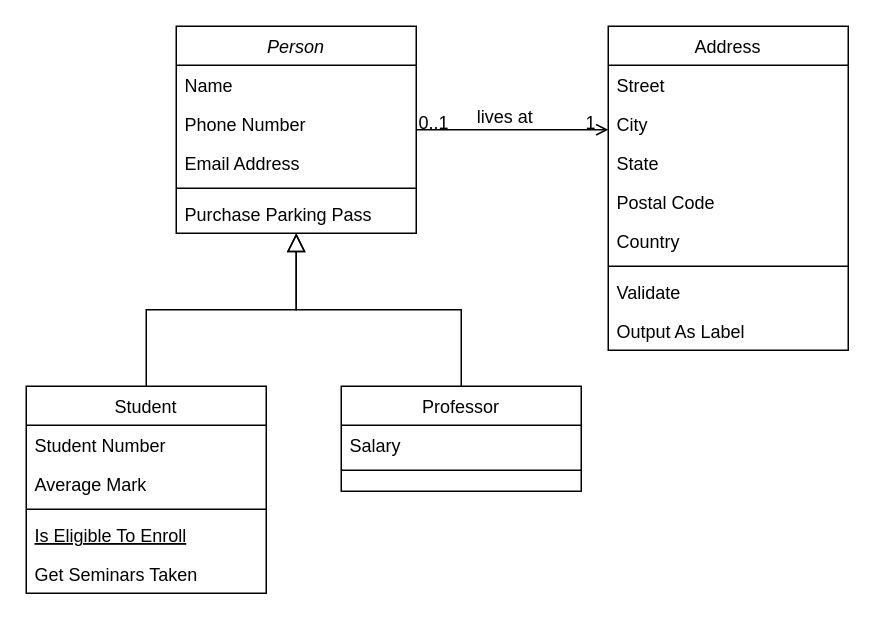
Above: Untitled Diagram.drawio in LilMark0o/en-de-crypt (draw.io), before the change. Source tidied: cells renumbered, new cells numbered last; positions are measured from the earlier drawing's top-left corner, leaving out a move shared by most shapes. Both pictures are drawn from the tidied source at 150%, with x=0, y=0 at pixel (26, 26).
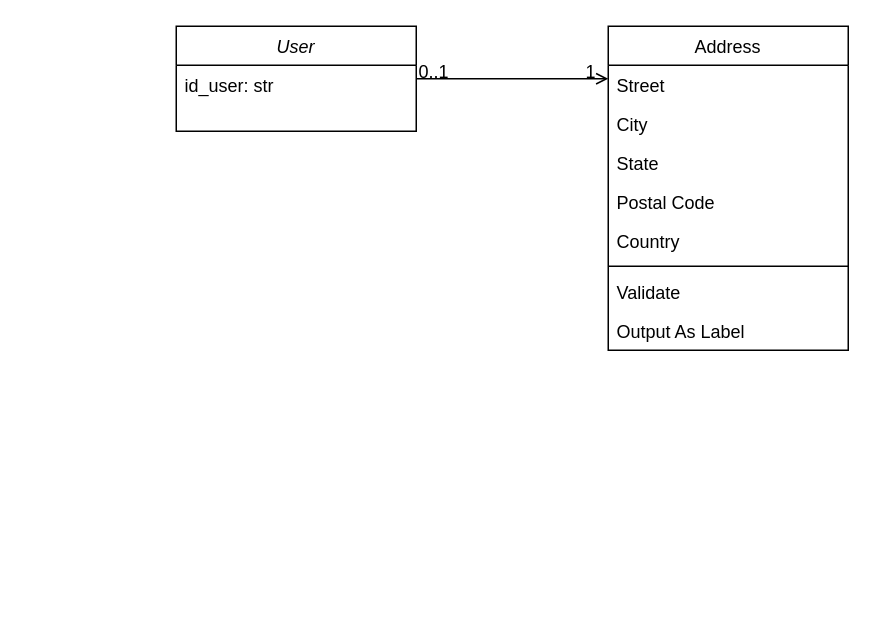
Above is the later version.

The change refers to these unchanged cells:
```xml
<mxCell id="28" style="endArrow=open;shadow=0;strokeWidth=1;rounded=0;curved=0;endFill=1;edgeStyle=elbowEdgeStyle;elbow=vertical;" parent="1" edge="1" source="2" target="19">
  <mxGeometry x="0.5" y="41" relative="1" as="geometry">
    <mxPoint x="-40" y="32" as="offset" />
  </mxGeometry>
</mxCell>
```

What changed in the source:
```diff
@@
-    <mxCell id="2" value="Person" style="swimlane;fontStyle=2;align=center;verticalAlign=top;horizontal=1;startSize=26;rounded=0;shadow=0;strokeWidth=1;" parent="1" vertex="1">
-      <mxGeometry x="100" width="160" height="138" as="geometry" />
+    <mxCell id="2" value="User" style="swimlane;fontStyle=2;align=center;verticalAlign=top;horizontal=1;startSize=26;rounded=0;shadow=0;strokeWidth=1;" parent="1" vertex="1">
+      <mxGeometry x="100" width="160" height="70" as="geometry" />
     </mxCell>
-    <mxCell id="3" value="Name" style="text;align=left;verticalAlign=top;spacingLeft=4;spacingRight=4;overflow=hidden;" parent="2" vertex="1">
+    <mxCell id="3" value="id_user: str" style="text;align=left;verticalAlign=top;spacingLeft=4;spacingRight=4;overflow=hidden;" parent="2" vertex="1">
       <mxGeometry y="26" width="160" height="26" as="geometry" />
     </mxCell>
-    <mxCell id="4" value="Phone Number" style="text;align=left;verticalAlign=top;spacingLeft=4;spacingRight=4;overflow=hidden;rounded=0;shadow=0;html=0;" parent="2" vertex="1">
-      <mxGeometry y="52" width="160" height="26" as="geometry" />
-    </mxCell>
-    <mxCell id="5" value="Email Address" style="text;align=left;verticalAlign=top;spacingLeft=4;spacingRight=4;overflow=hidden;rounded=0;shadow=0;html=0;" parent="2" vertex="1">
-      <mxGeometry y="78" width="160" height="26" as="geometry" />
-    </mxCell>
-    <mxCell id="6" style="line;html=1;strokeWidth=1;align=left;verticalAlign=middle;spacingTop=-1;spacingLeft=3;spacingRight=3;labelPosition=right;" parent="2" vertex="1">
-      <mxGeometry y="104" width="160" height="8" as="geometry" />
-    </mxCell>
-    <mxCell id="7" value="Purchase Parking Pass" style="text;align=left;verticalAlign=top;spacingLeft=4;spacingRight=4;overflow=hidden;" parent="2" vertex="1">
-      <mxGeometry y="112" width="160" height="26" as="geometry" />
-    </mxCell>
-    <mxCell id="8" value="Student" style="swimlane;fontStyle=0;align=center;verticalAlign=top;horizontal=1;startSize=26;rounded=0;shadow=0;strokeWidth=1;" parent="1" vertex="1">
-      <mxGeometry y="240" width="160" height="138" as="geometry" />
-    </mxCell>
-    <mxCell id="9" value="Student Number" style="text;align=left;verticalAlign=top;spacingLeft=4;spacingRight=4;overflow=hidden;" parent="8" vertex="1">
-      <mxGeometry y="26" width="160" height="26" as="geometry" />
-    </mxCell>
-    <mxCell id="10" value="Average Mark" style="text;align=left;verticalAlign=top;spacingLeft=4;spacingRight=4;overflow=hidden;rounded=0;shadow=0;html=0;" parent="8" vertex="1">
-      <mxGeometry y="52" width="160" height="26" as="geometry" />
-    </mxCell>
-    <mxCell id="11" style="line;html=1;strokeWidth=1;align=left;verticalAlign=middle;spacingTop=-1;spacingLeft=3;spacingRight=3;labelPosition=right;" parent="8" vertex="1">
-      <mxGeometry y="78" width="160" height="8" as="geometry" />
-    </mxCell>
-    <mxCell id="12" value="Is Eligible To Enroll" style="text;align=left;verticalAlign=top;spacingLeft=4;spacingRight=4;overflow=hidden;fontStyle=4;" parent="8" vertex="1">
-      <mxGeometry y="86" width="160" height="26" as="geometry" />
-    </mxCell>
-    <mxCell id="13" value="Get Seminars Taken" style="text;align=left;verticalAlign=top;spacingLeft=4;spacingRight=4;overflow=hidden;" parent="8" vertex="1">
-      <mxGeometry y="112" width="160" height="26" as="geometry" />
-    </mxCell>
-    <mxCell id="14" style="endArrow=block;endSize=10;endFill=0;shadow=0;strokeWidth=1;rounded=0;curved=0;edgeStyle=elbowEdgeStyle;elbow=vertical;" parent="1" edge="1" source="8" target="2">
-      <mxGeometry relative="1" as="geometry" />
-    </mxCell>
-    <mxCell id="15" value="Professor" style="swimlane;fontStyle=0;align=center;verticalAlign=top;horizontal=1;startSize=26;rounded=0;shadow=0;strokeWidth=1;" parent="1" vertex="1">
-      <mxGeometry x="210" y="240" width="160" height="70" as="geometry" />
-    </mxCell>
-    <mxCell id="16" value="Salary" style="text;align=left;verticalAlign=top;spacingLeft=4;spacingRight=4;overflow=hidden;" parent="15" vertex="1">
-      <mxGeometry y="26" width="160" height="26" as="geometry" />
-    </mxCell>
-    <mxCell id="17" style="line;html=1;strokeWidth=1;align=left;verticalAlign=middle;spacingTop=-1;spacingLeft=3;spacingRight=3;labelPosition=right;" parent="15" vertex="1">
-      <mxGeometry y="52" width="160" height="8" as="geometry" />
-    </mxCell>
-    <mxCell id="18" style="endArrow=block;endSize=10;endFill=0;shadow=0;strokeWidth=1;rounded=0;curved=0;edgeStyle=elbowEdgeStyle;elbow=vertical;" parent="1" edge="1" source="15" target="2">
-      <mxGeometry relative="1" as="geometry" />
-    </mxCell>
@@
-    <mxCell id="31" value="lives at" style="text;html=1;align=center;verticalAlign=middle;labelBackgroundColor=none;rounded=0;shadow=0;strokeWidth=1;fontSize=12;" parent="28" vertex="1">
-      <mxGeometry x="0.5" y="49" relative="1" as="geometry">
-        <mxPoint x="-38" y="40" as="offset" />
-      </mxGeometry>
-    </mxCell>
```
